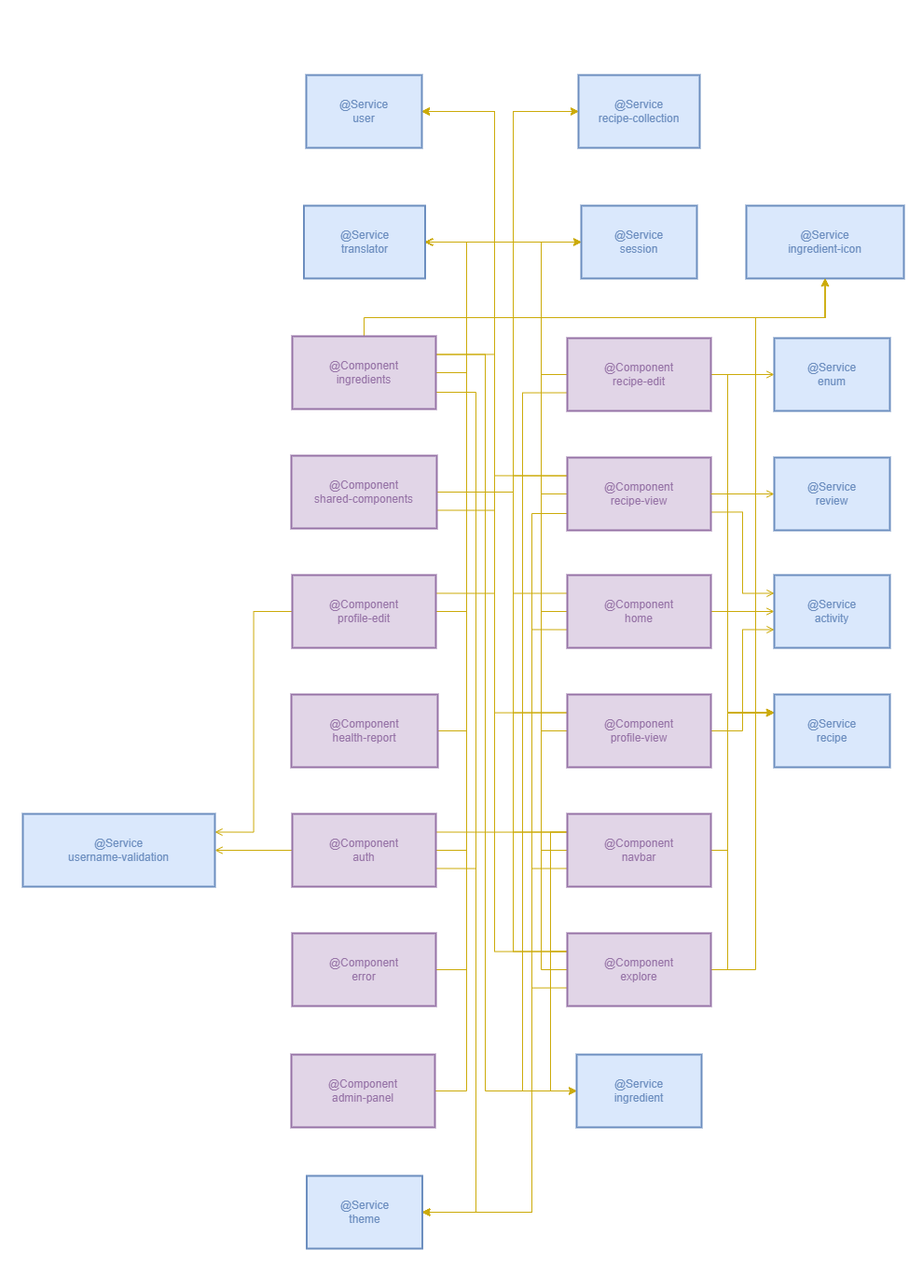
Earlier version of the draw.io export readme-resources/client_architecture.png (codeurjc-students/2025-Rarecips). Source tidied: cells renumbered, new cells last; positions are measured from the earlier drawing's top-left corner, leaving out a move shared by most shapes.
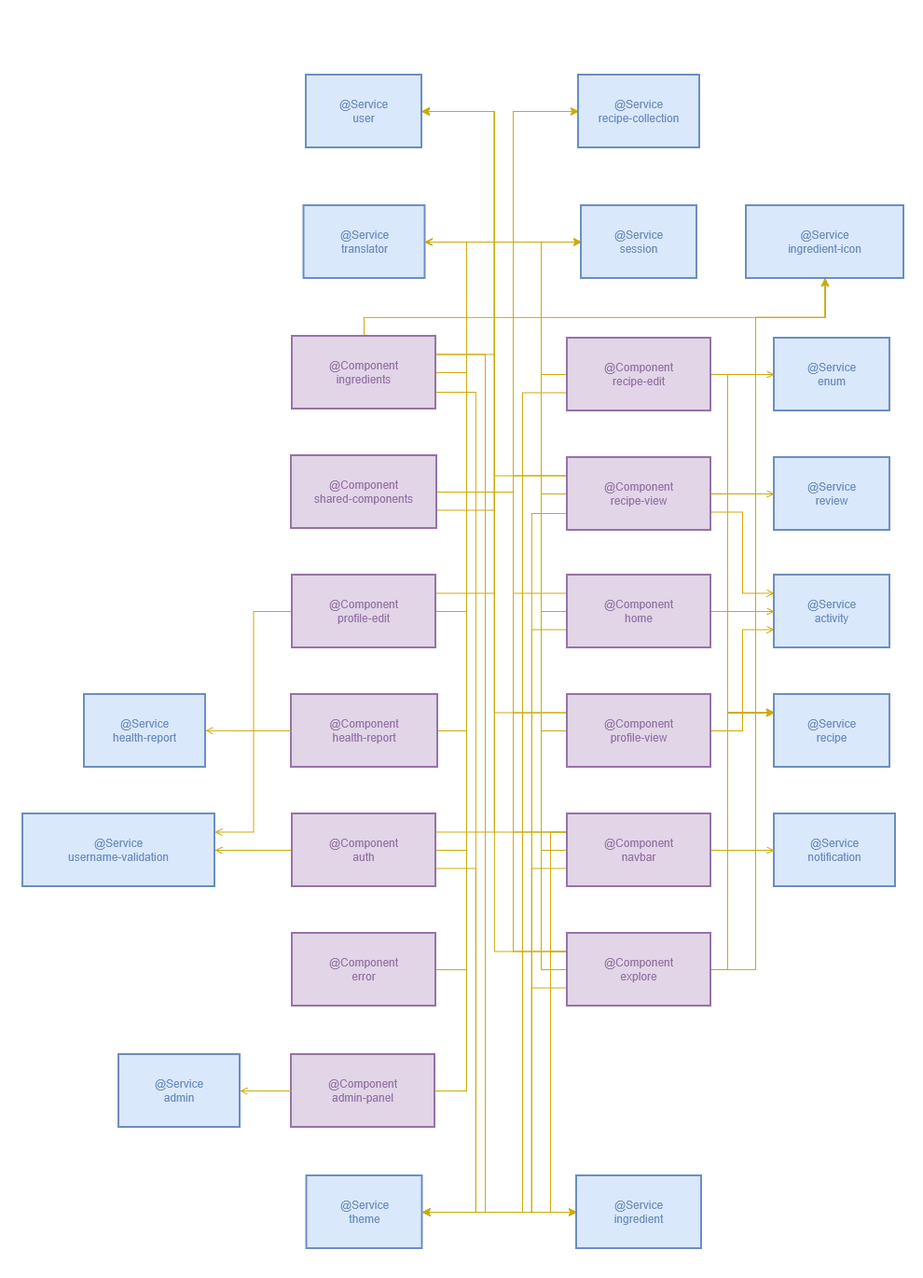
Later version of the same file.

The edit, as a diff of the source:
```diff
@@ -76,8 +76,8 @@
     <mxCell id="14" style="edgeStyle=orthogonalEdgeStyle;rounded=0;jettySize=auto;html=1;exitX=0;exitY=0.25;exitDx=0;exitDy=0;entryX=0;entryY=0.5;entryDx=0;entryDy=0;fontFamily=Helvetica;fontSize=12;fontColor=default;fontStyle=1;horizontal=1;strokeColor=#CCAB0A;" parent="1" edge="1" source="19" target="71">
       <mxGeometry relative="1" as="geometry">
         <Array as="points">
-          <mxPoint x="590" y="1019" />
-          <mxPoint x="590" y="1169" />
+          <mxPoint x="590" y="1020" />
+          <mxPoint x="590" y="1299" />
         </Array>
       </mxGeometry>
     </mxCell>
@@ -181,8 +181,8 @@
     <mxCell id="30" style="edgeStyle=orthogonalEdgeStyle;rounded=0;jettySize=auto;html=1;exitX=1;exitY=0.25;exitDx=0;exitDy=0;entryX=0;entryY=0.5;entryDx=0;entryDy=0;fontFamily=Helvetica;fontSize=12;fontColor=default;fontStyle=1;horizontal=1;strokeColor=#CCAB0A;" parent="1" edge="1" source="33" target="71">
       <mxGeometry relative="1" as="geometry">
         <Array as="points">
-          <mxPoint x="520" y="379" />
-          <mxPoint x="520" y="1169" />
+          <mxPoint x="520" y="380" />
+          <mxPoint x="520" y="1299" />
         </Array>
       </mxGeometry>
     </mxCell>
@@ -224,8 +224,8 @@
     <mxCell id="36" style="edgeStyle=orthogonalEdgeStyle;rounded=0;jettySize=auto;html=1;exitX=0;exitY=0.25;exitDx=0;exitDy=0;entryX=0;entryY=0.5;entryDx=0;entryDy=0;fontFamily=Helvetica;fontSize=12;fontColor=default;fontStyle=1;horizontal=1;strokeColor=#CCAB0A;" parent="1" edge="1" source="40" target="71">
       <mxGeometry relative="1" as="geometry">
         <Array as="points">
-          <mxPoint x="590" y="891" />
-          <mxPoint x="590" y="1169" />
+          <mxPoint x="590" y="892" />
+          <mxPoint x="590" y="1299" />
         </Array>
       </mxGeometry>
     </mxCell>
@@ -320,8 +320,8 @@
     <mxCell id="53" style="edgeStyle=orthogonalEdgeStyle;rounded=0;jettySize=auto;html=1;entryX=0;entryY=0.5;entryDx=0;entryDy=0;fontFamily=Helvetica;fontSize=12;fontColor=default;fontStyle=1;horizontal=1;exitX=0;exitY=0.75;exitDx=0;exitDy=0;strokeColor=#CCAB0A;" parent="1" edge="1" source="56" target="71">
       <mxGeometry relative="1" as="geometry">
         <Array as="points">
-          <mxPoint x="560" y="421" />
-          <mxPoint x="560" y="1169" />
+          <mxPoint x="560" y="420" />
+          <mxPoint x="560" y="1299" />
         </Array>
       </mxGeometry>
     </mxCell>
@@ -424,7 +424,7 @@
       <mxGeometry x="830" y="362" width="124" height="78" as="geometry" />
     </mxCell>
     <mxCell id="71" value="@Service&#10;ingredient" style="whiteSpace=wrap;strokeWidth=2;fillColor=#dae8fc;strokeColor=#6c8ebf;fontColor=#6C8EBF;" parent="1" vertex="1">
-      <mxGeometry x="618" y="1130" width="134" height="78" as="geometry" />
+      <mxGeometry x="618" y="1260" width="134" height="78" as="geometry" />
     </mxCell>
     <mxCell id="72" value="@Service&#10;ingredient-icon" style="whiteSpace=wrap;strokeWidth=2;fillColor=#dae8fc;strokeColor=#6c8ebf;fontColor=#6C8EBF;" parent="1" vertex="1">
       <mxGeometry x="800" y="220" width="169" height="78" as="geometry" />
@@ -462,5 +462,25 @@
         </Array>
       </mxGeometry>
     </mxCell>
+    <mxCell id="82" value="@Service&#10;admin" style="whiteSpace=wrap;strokeWidth=2;fillColor=#dae8fc;strokeColor=#6c8ebf;fontColor=#6C8EBF;" parent="1" vertex="1">
+      <mxGeometry x="127" y="1130" width="130" height="78" as="geometry" />
+    </mxCell>
+    <mxCell id="83" value="@Service&#10;health-report" style="whiteSpace=wrap;strokeWidth=2;fillColor=#dae8fc;strokeColor=#6c8ebf;fontColor=#6C8EBF;" parent="1" vertex="1">
+      <mxGeometry x="90" y="744" width="130" height="78" as="geometry" />
+    </mxCell>
+    <mxCell id="84" value="@Service&#10;notification" style="whiteSpace=wrap;strokeWidth=2;fillColor=#dae8fc;strokeColor=#6c8ebf;fontColor=#6C8EBF;" parent="1" vertex="1">
+      <mxGeometry x="830" y="872" width="130" height="78" as="geometry" />
+    </mxCell>
+    <mxCell id="85" style="edgeStyle=orthogonalEdgeStyle;rounded=0;jettySize=auto;html=1;entryX=1;entryY=0.5;entryDx=0;entryDy=0;fontFamily=Helvetica;fontSize=12;fontColor=default;fontStyle=1;horizontal=1;endArrow=open;endFill=0;strokeColor=#CCAB0A;exitX=0;exitY=0.5;exitDx=0;exitDy=0;" parent="1" edge="1" source="21">
+      <mxGeometry relative="1" as="geometry">
+        <mxPoint x="220" y="782.8" as="targetPoint" />
+      </mxGeometry>
+    </mxCell>
+    <mxCell id="86" style="edgeStyle=orthogonalEdgeStyle;rounded=0;jettySize=auto;html=1;entryX=0;entryY=0.5;entryDx=0;entryDy=0;fontFamily=Helvetica;fontSize=12;fontColor=default;fontStyle=1;horizontal=1;endArrow=open;endFill=0;strokeColor=#CCAB0A;exitX=1;exitY=0.5;exitDx=0;exitDy=0;" parent="1" edge="1" source="40" target="84">
+      <mxGeometry relative="1" as="geometry" />
+    </mxCell>
+    <mxCell id="87" style="edgeStyle=orthogonalEdgeStyle;rounded=0;jettySize=auto;html=1;entryX=1;entryY=0.5;entryDx=0;entryDy=0;fontFamily=Helvetica;fontSize=12;fontColor=default;fontStyle=1;horizontal=1;endArrow=open;endFill=0;strokeColor=#CCAB0A;exitX=0;exitY=0.5;exitDx=0;exitDy=0;" parent="1" edge="1" source="4" target="82">
+      <mxGeometry relative="1" as="geometry" />
+    </mxCell>
   </root>
 </mxGraphModel>
```
